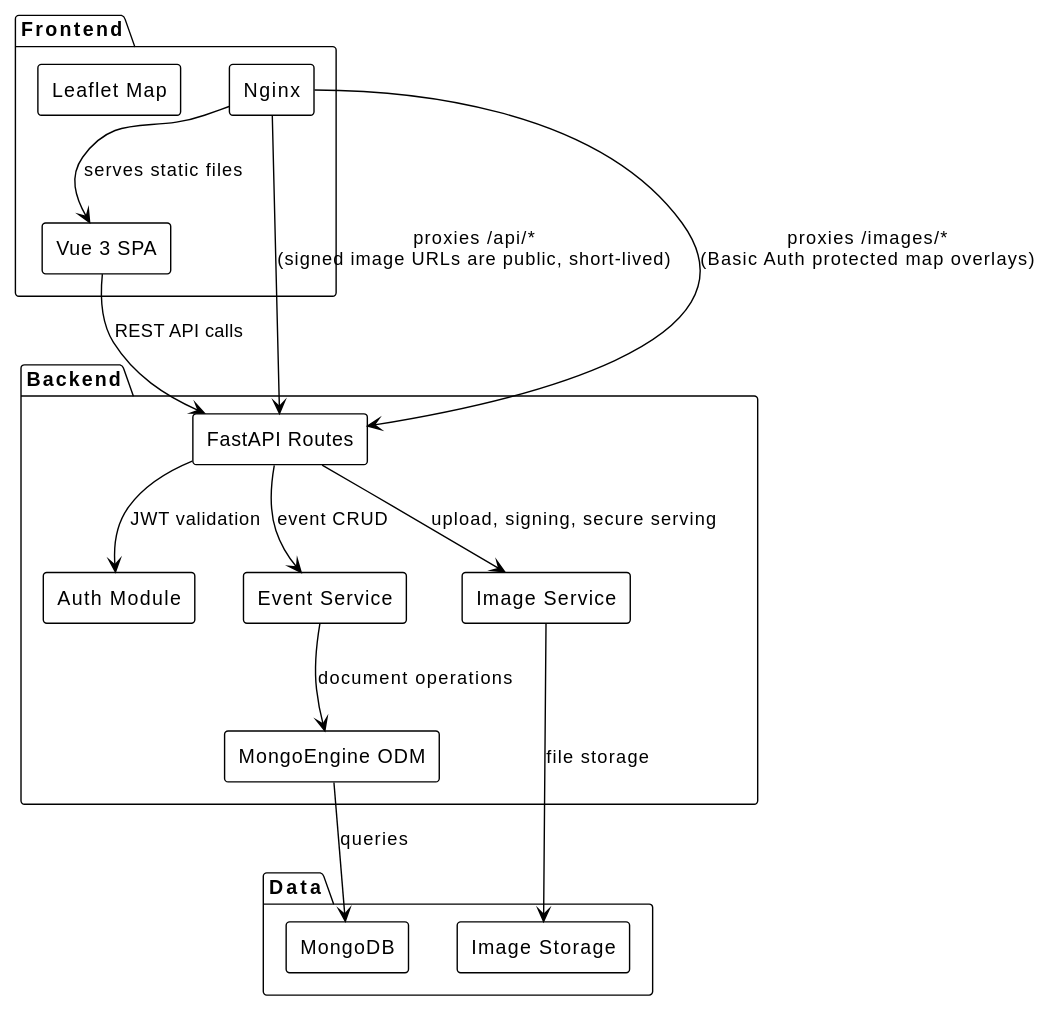
Before: docs/diagrams/architecture.svg, a diagram exported from PlantUML (HEIG-RESONATE/resonate2).
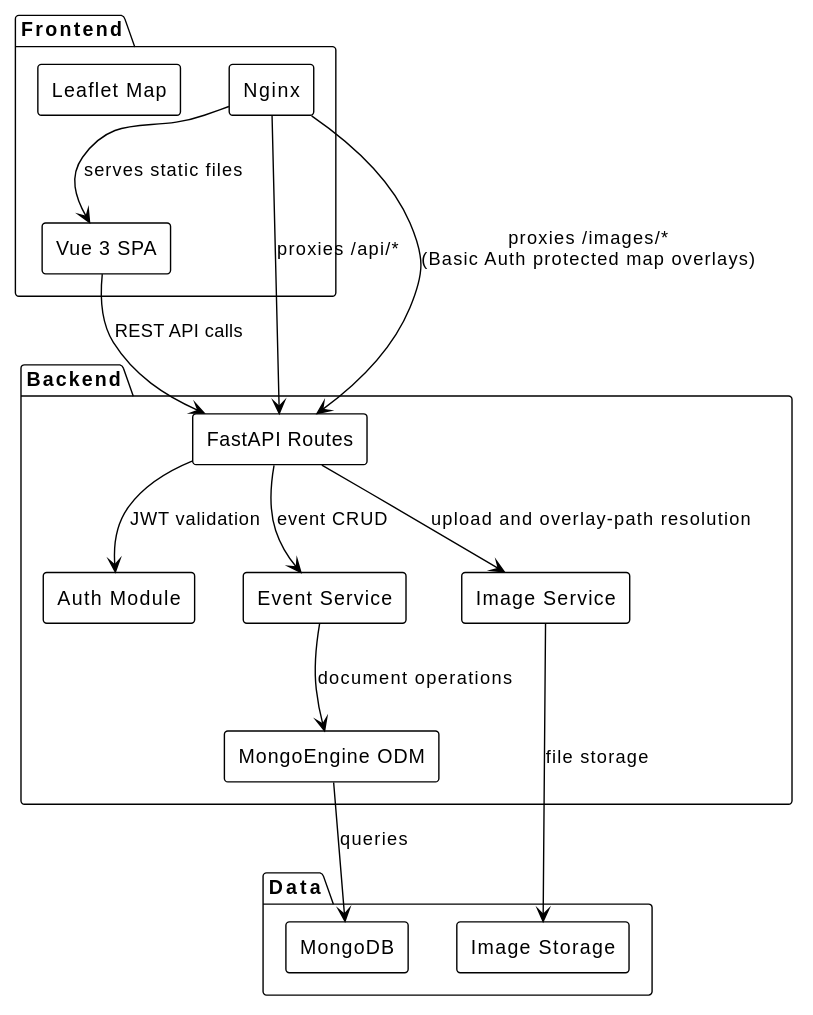
The same diagram one commit later.

Diff of the diagram source:
```diff
@@ -23,12 +23,12 @@
 }
 
 [Nginx] --> [Vue] : serves static files
-[Nginx] --> [API] : proxies /api/*\n(signed image URLs are public, short-lived)
+[Nginx] --> [API] : proxies /api/*
 [Nginx] --> [API] : proxies /images/*\n(Basic Auth protected map overlays)
 [Vue] --> [API] : REST API calls
 [API] --> [Auth] : JWT validation
 [API] --> [EventService] : event CRUD
-[API] --> [ImageService] : upload, signing, secure serving
+[API] --> [ImageService] : upload and overlay-path resolution
 [EventService] --> [ODM] : document operations
 [ImageService] --> [Images] : file storage
 [ODM] --> [Mongo] : queries
```
